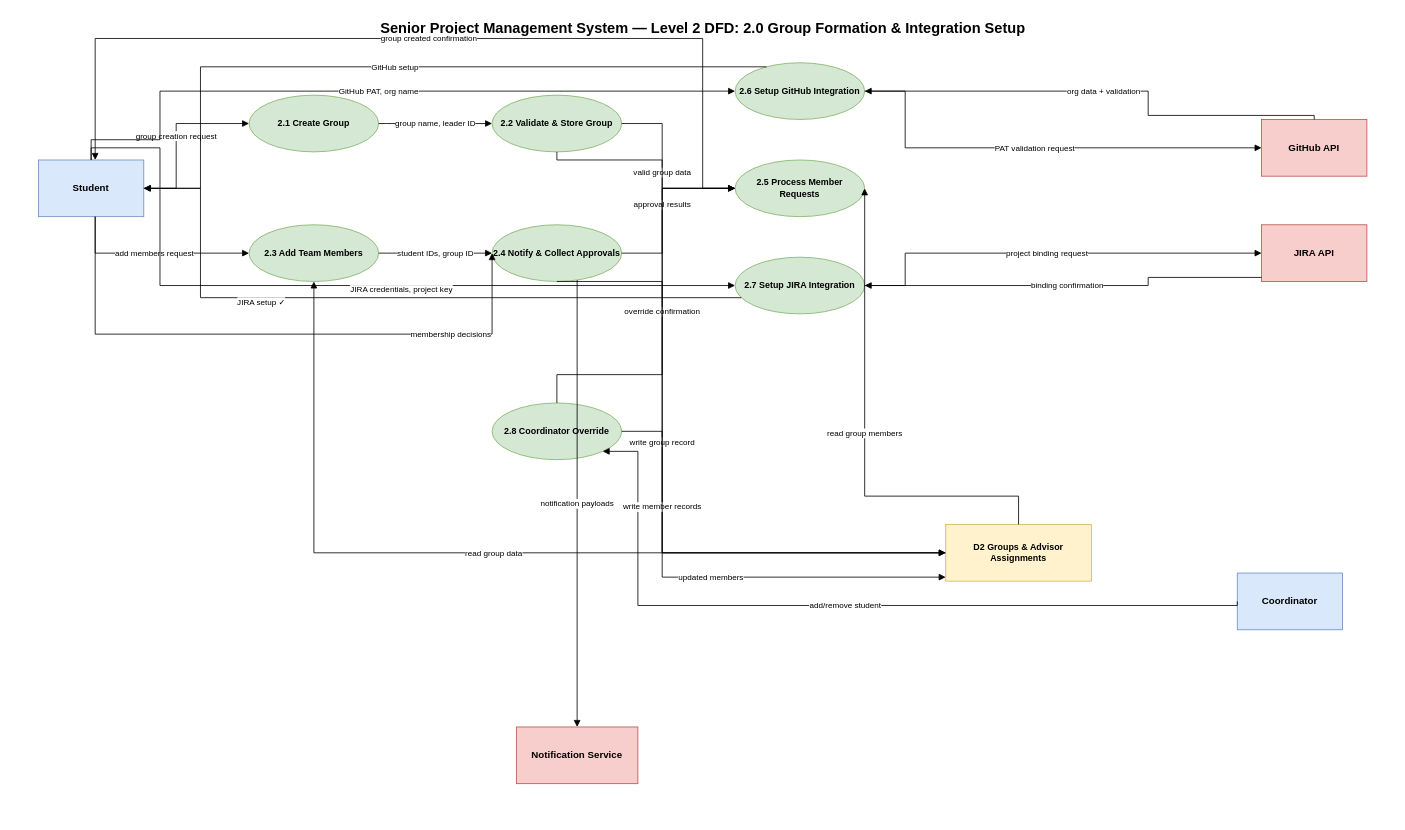
Above: docs/dfdlevel2_2.drawio in SE3318-Spring-2025-2026/senior-app-3 (draw.io), before the change. Source tidied: cells renumbered, new cells numbered last; positions are measured from the earlier drawing's top-left corner, leaving out a move shared by most shapes. Both pictures are drawn from the tidied source at 81%, with x=0, y=0 at pixel (14, 14).
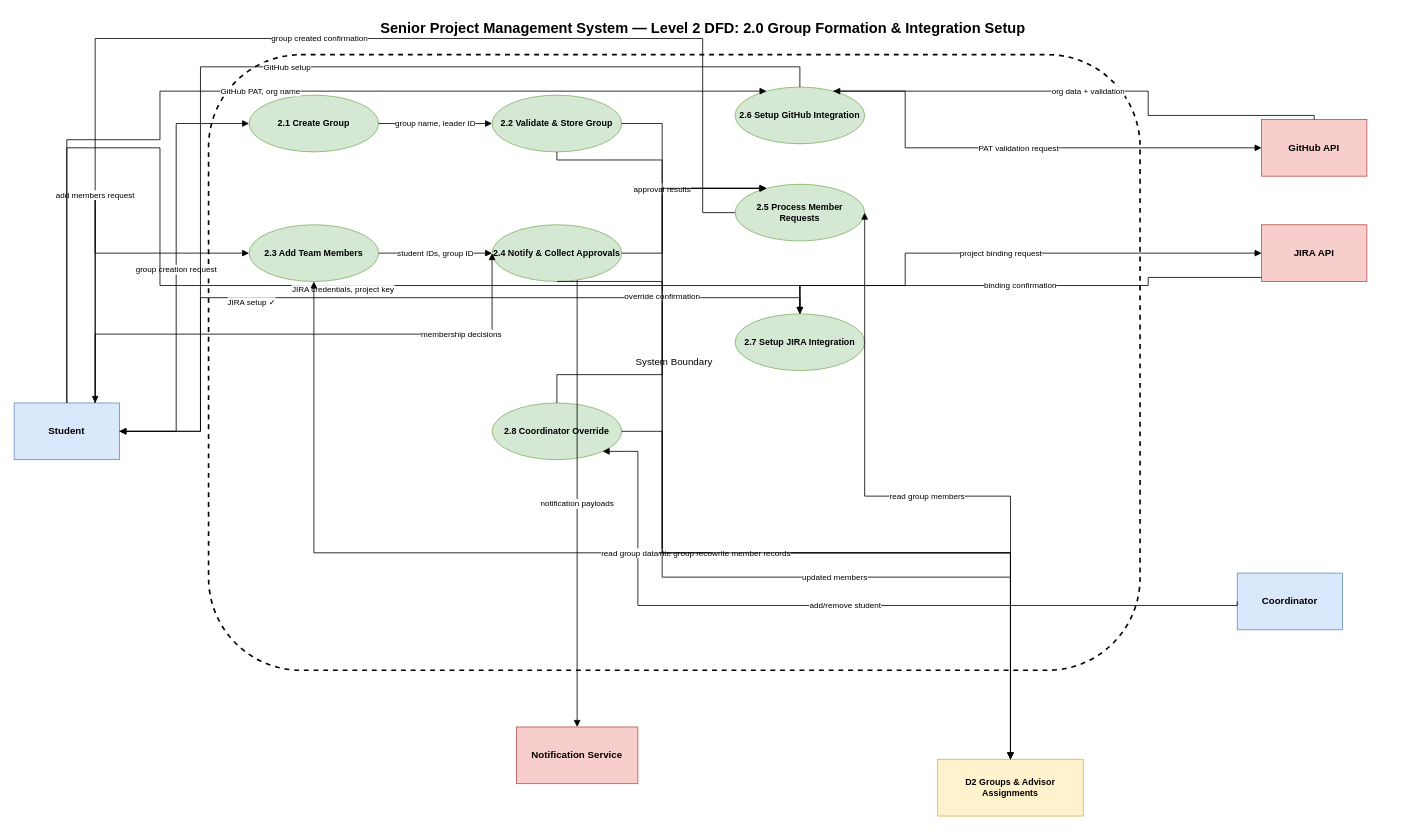
After the change.

Commit message (it also covers changes not shown here):
Added System boundary to dfdlevel2_1 and  dfdlevel2_2

The edit, as a diff of the source:
```diff
@@
+    <mxCell id="41" value="System Boundary" style="rounded=1;whiteSpace=wrap;html=1;fillColor=none;strokeColor=#000000;strokeWidth=2;dashed=1;" parent="1" vertex="1">
+      <mxGeometry x="240" y="50" width="1150" height="760" as="geometry" />
+    </mxCell>
     <mxCell id="3" value="Student" style="rounded=0;whiteSpace=wrap;html=1;fillColor=#dae8fc;strokeColor=#6c8ebf;fontStyle=1;fontSize=12;" parent="1" vertex="1">
-      <mxGeometry x="30" y="180" width="130" height="70" as="geometry" />
+      <mxGeometry y="480" width="130" height="70" as="geometry" />
     </mxCell>
@@
     <mxCell id="8" value="D2  Groups &amp; Advisor Assignments" style="shape=partialRectangle;whiteSpace=wrap;html=1;fillColor=#fff2cc;strokeColor=#d6b656;fontStyle=1;fontSize=11;" parent="1" vertex="1">
-      <mxGeometry x="1150" y="630" width="180" height="70" as="geometry" />
+      <mxGeometry x="1140" y="920" width="180" height="70" as="geometry" />
     </mxCell>
@@
     <mxCell id="13" value="2.5 Process Member Requests" style="ellipse;whiteSpace=wrap;html=1;fillColor=#d5e8d4;strokeColor=#82b366;fontStyle=1;fontSize=11;" parent="1" vertex="1">
-      <mxGeometry x="890" y="180" width="160" height="70" as="geometry" />
+      <mxGeometry x="890" y="210" width="160" height="70" as="geometry" />
     </mxCell>
     <mxCell id="14" value="2.6 Setup GitHub Integration" style="ellipse;whiteSpace=wrap;html=1;fillColor=#d5e8d4;strokeColor=#82b366;fontStyle=1;fontSize=11;" parent="1" vertex="1">
-      <mxGeometry x="890" y="60" width="160" height="70" as="geometry" />
+      <mxGeometry x="890" y="90" width="160" height="70" as="geometry" />
     </mxCell>
     <mxCell id="15" value="2.7 Setup JIRA Integration" style="ellipse;whiteSpace=wrap;html=1;fillColor=#d5e8d4;strokeColor=#82b366;fontStyle=1;fontSize=11;" parent="1" vertex="1">
-      <mxGeometry x="890" y="300" width="160" height="70" as="geometry" />
+      <mxGeometry x="890" y="370" width="160" height="70" as="geometry" />
     </mxCell>
```
